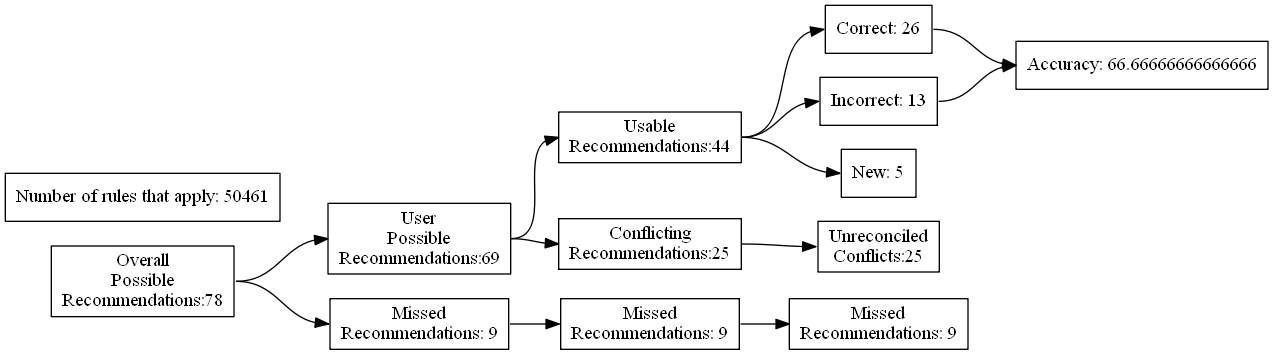
The Graphviz diagram test_renders/68.gv.png in ZaxR/ibd_diet_analysis, before a commit. Its source is kept beside it as test_renders/68.gv.
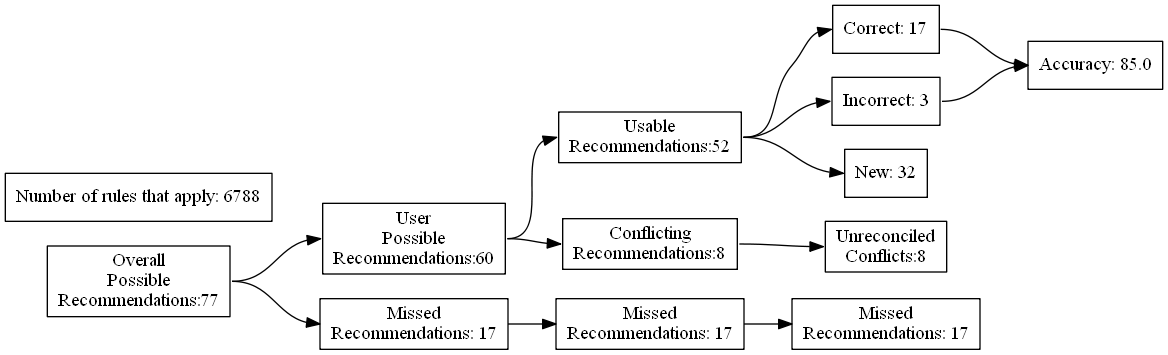
Above is the later version.

Change to the diagram source:
```diff
@@ -4,27 +4,27 @@
 	edge [headport=w tailport=e]
 		A [label="Overall
 Possible
-Recommendations:78"]
+Recommendations:77"]
 		B [label="User
 Possible
-Recommendations:69"]
+Recommendations:60"]
 		C [label="Missed
-Recommendations: 9"]
+Recommendations: 17"]
 		D [label="Usable
-Recommendations:44"]
+Recommendations:52"]
 		E [label="Conflicting
-Recommendations:25"]
+Recommendations:8"]
 		J [label="Missed
-Recommendations: 9"]
+Recommendations: 17"]
 		M [label="Unreconciled
-Conflicts:25"]
-		F [label="Correct: 26"]
-		G [label="Incorrect: 13"]
-		H [label="New: 5"]
+Conflicts:8"]
+		F [label="Correct: 17"]
+		G [label="Incorrect: 3"]
+		H [label="New: 32"]
 		K [label="Missed
-Recommendations: 9"]
-		I [label="Accuracy: 66.66666666666666"]
-		l [label="Number of rules that apply: 50461"]
+Recommendations: 17"]
+		I [label="Accuracy: 85.0"]
+		l [label="Number of rules that apply: 6788"]
 			A -> B
 			A -> C
 			B -> D
```
